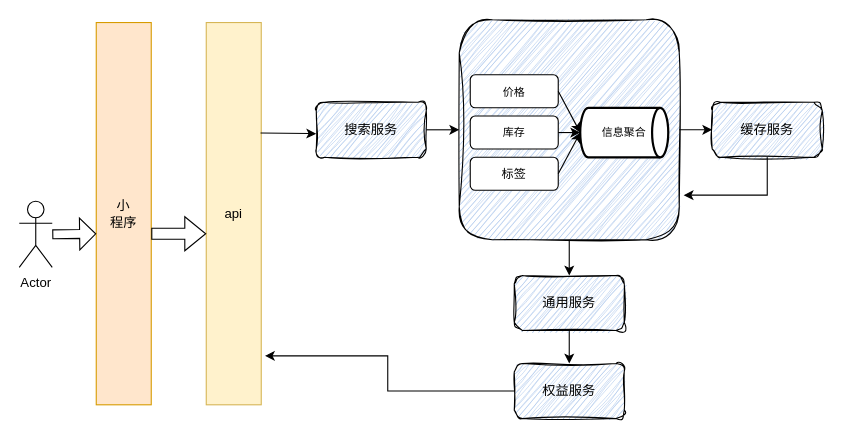
Before: page "第 4 页" (4 of 5) of 晋升.drawio in VilaNan/tsxxx.github.io, a draw.io diagram. Source tidied: cells renumbered, new cells numbered last; positions are measured from the earlier drawing's top-left corner, leaving out a move shared by most shapes. Both pictures are drawn from the tidied source at 110%, with x=0, y=0 at pixel (19, 20).
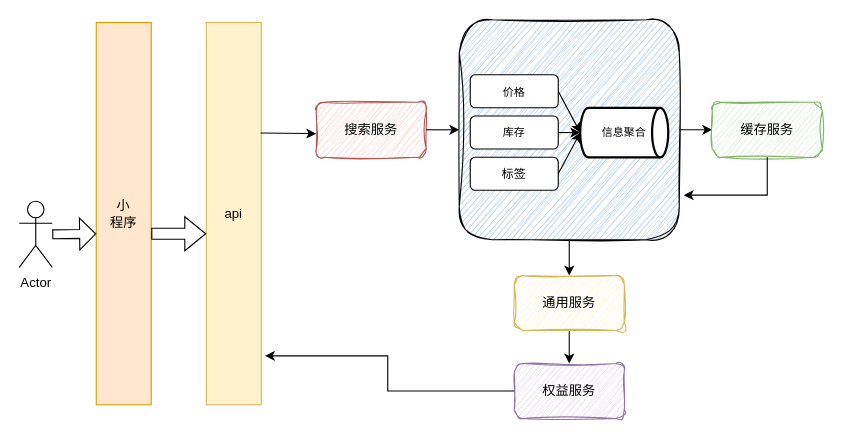
The same diagram, later.

The edit, as a diff of the source:
```diff
@@
-    <mxCell id="5" value="搜索服务" style="rounded=1;whiteSpace=wrap;html=1;fillColor=#A9C4EB;sketch=1;curveFitting=1;jiggle=2;" parent="1" vertex="1">
+    <mxCell id="5" value="搜索服务" style="rounded=1;whiteSpace=wrap;html=1;fillColor=#f8cecc;sketch=1;curveFitting=1;jiggle=2;strokeColor=#b85450;" parent="1" vertex="1">
       <mxGeometry x="270" y="74.5" width="100" height="50" as="geometry" />
     </mxCell>
@@
-    <mxCell id="21" value="通用服务" style="whiteSpace=wrap;html=1;fillColor=#A9C4EB;shadow=0;gradientColor=none;fillStyle=hatch;gradientDirection=radial;rounded=1;glass=0;sketch=1;curveFitting=1;jiggle=2;" parent="1" vertex="1">
+    <mxCell id="21" value="通用服务" style="whiteSpace=wrap;html=1;fillColor=#fff2cc;shadow=0;fillStyle=hatch;gradientDirection=radial;rounded=1;glass=0;sketch=1;curveFitting=1;jiggle=2;strokeColor=#d6b656;" parent="1" vertex="1">
       <mxGeometry x="450" y="232" width="100" height="50" as="geometry" />
     </mxCell>
-    <mxCell id="22" value="缓存服务" style="whiteSpace=wrap;html=1;fillColor=#A9C4EB;shadow=0;gradientColor=none;fillStyle=hatch;gradientDirection=radial;rounded=1;glass=0;sketch=1;curveFitting=1;jiggle=2;" parent="1" vertex="1">
+    <mxCell id="22" value="缓存服务" style="whiteSpace=wrap;html=1;fillColor=#d5e8d4;shadow=0;fillStyle=hatch;gradientDirection=radial;rounded=1;glass=0;sketch=1;curveFitting=1;jiggle=2;strokeColor=#82b366;" parent="1" vertex="1">
       <mxGeometry x="630" y="74.5" width="100" height="50" as="geometry" />
     </mxCell>
@@
-    <mxCell id="24" value="权益服务" style="whiteSpace=wrap;html=1;fillColor=#A9C4EB;shadow=0;gradientColor=none;fillStyle=hatch;gradientDirection=radial;rounded=1;glass=0;sketch=1;curveFitting=1;jiggle=2;" parent="1" vertex="1">
+    <mxCell id="24" value="权益服务" style="whiteSpace=wrap;html=1;fillColor=#e1d5e7;shadow=0;fillStyle=hatch;gradientDirection=radial;rounded=1;glass=0;sketch=1;curveFitting=1;jiggle=2;strokeColor=#9673a6;" parent="1" vertex="1">
       <mxGeometry x="450" y="312" width="100" height="50" as="geometry" />
     </mxCell>
```
